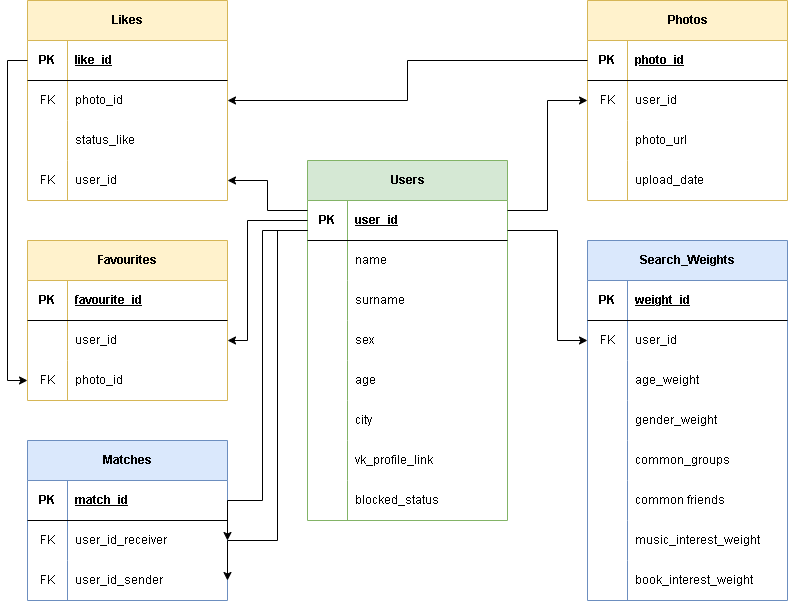
Above: DB/scheme_db.png in backsty/acquaintances_vkbot (draw.io), before the change. Source tidied: cells renumbered, new cells last; positions are measured from the earlier drawing's top-left corner, leaving out a move shared by most shapes.
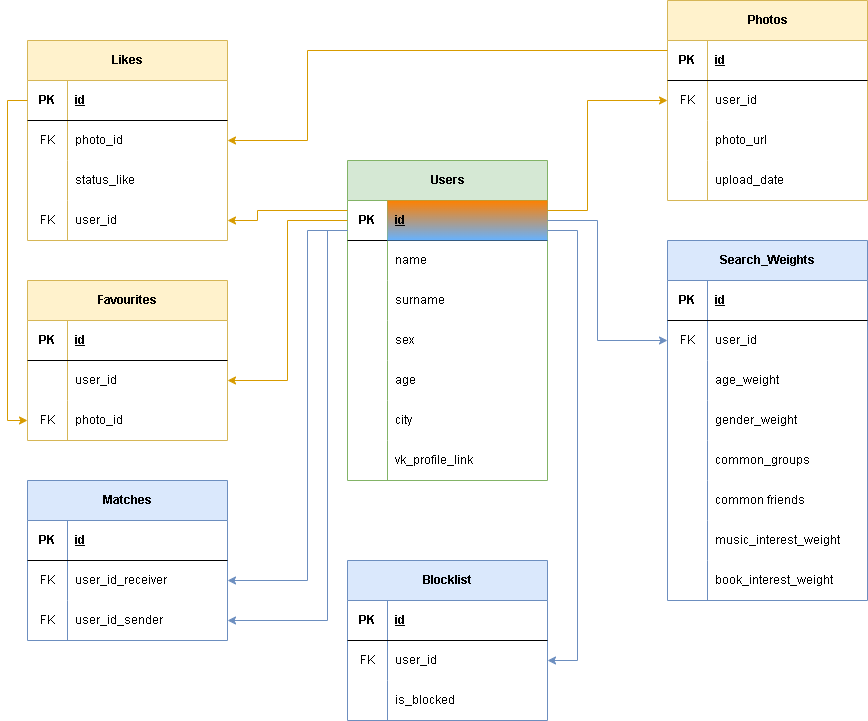
The same diagram one commit later.

Change to the diagram source:
```diff
@@ -3,7 +3,7 @@
     <mxCell id="0" />
     <mxCell id="1" parent="0" />
     <mxCell id="2" value="Users" style="shape=table;startSize=40;rowLines=0;fontStyle=1;align=center;html=1;fillColor=#d5e8d4;strokeColor=#82b366;" parent="1" vertex="1">
-      <mxGeometry x="280" y="160" width="200" height="360" as="geometry" />
+      <mxGeometry x="280" y="120" width="200" height="320" as="geometry" />
     </mxCell>
     <mxCell id="3" style="shape=tableRow;horizontal=0;startSize=0;swimlaneHead=0;swimlaneBody=0;fillColor=none;points=[[0,0.5],[1,0.5]];portConstraint=eastwest;top=0;left=0;right=0;bottom=1;" parent="2" vertex="1">
       <mxGeometry y="40" width="200" height="40" as="geometry" />
@@ -11,7 +11,7 @@
     <mxCell id="4" value="PK" style="shape=partialRectangle;fillColor=none;top=0;left=0;bottom=0;right=0;fontStyle=1;overflow=hidden;whiteSpace=wrap;html=1;" parent="3" vertex="1">
       <mxGeometry width="40" height="40" as="geometry" />
     </mxCell>
-    <mxCell id="5" value="user_id" style="shape=partialRectangle;fillColor=none;top=0;left=0;bottom=0;right=0;align=left;spacingLeft=6;fontStyle=5;overflow=hidden;whiteSpace=wrap;html=1;" parent="3" vertex="1">
+    <mxCell id="5" value="id" style="shape=partialRectangle;fillColor=#66B2FF;top=0;left=0;bottom=0;right=0;align=left;spacingLeft=6;fontStyle=5;overflow=hidden;whiteSpace=wrap;html=1;gradientColor=#FF8000;gradientDirection=north;" parent="3" vertex="1">
       <mxGeometry x="40" width="160" height="40" as="geometry" />
     </mxCell>
     <mxCell id="6" style="shape=tableRow;horizontal=0;startSize=0;swimlaneHead=0;swimlaneBody=0;fillColor=none;top=0;left=0;right=0;bottom=0;" parent="2" vertex="1">
@@ -68,17 +68,8 @@
     <mxCell id="23" value="vk_profile_link" style="shape=partialRectangle;fillColor=none;top=0;left=0;bottom=0;right=0;align=left;spacingLeft=6;overflow=hidden;whiteSpace=wrap;html=1;" parent="21" vertex="1">
       <mxGeometry x="40" width="160" height="40" as="geometry" />
     </mxCell>
-    <mxCell id="24" style="shape=tableRow;horizontal=0;startSize=0;swimlaneHead=0;swimlaneBody=0;fillColor=none;top=0;left=0;right=0;bottom=0;" parent="2" vertex="1">
-      <mxGeometry y="320" width="200" height="40" as="geometry" />
-    </mxCell>
-    <mxCell id="25" style="shape=partialRectangle;fillColor=none;top=0;left=0;bottom=0;right=0;overflow=hidden;whiteSpace=wrap;html=1;" parent="24" vertex="1">
-      <mxGeometry width="40" height="40" as="geometry" />
-    </mxCell>
-    <mxCell id="26" value="blocked_status" style="shape=partialRectangle;fillColor=none;top=0;left=0;bottom=0;right=0;align=left;spacingLeft=6;overflow=hidden;whiteSpace=wrap;html=1;" parent="24" vertex="1">
-      <mxGeometry x="40" width="160" height="40" as="geometry" />
-    </mxCell>
     <mxCell id="27" value="Favourites" style="shape=table;startSize=40;rowLines=0;fontStyle=1;align=center;html=1;fillColor=#fff2cc;strokeColor=#d6b656;" parent="1" vertex="1">
-      <mxGeometry y="240" width="200" height="160" as="geometry" />
+      <mxGeometry x="-40" y="240" width="200" height="160" as="geometry" />
     </mxCell>
     <mxCell id="28" style="shape=tableRow;horizontal=0;startSize=0;swimlaneHead=0;swimlaneBody=0;fillColor=none;top=0;left=0;right=0;bottom=1;" parent="27" vertex="1">
       <mxGeometry y="40" width="200" height="40" as="geometry" />
@@ -86,7 +77,7 @@
     <mxCell id="29" value="PK" style="shape=partialRectangle;fillColor=none;top=0;left=0;bottom=0;right=0;fontStyle=1;overflow=hidden;whiteSpace=wrap;html=1;" parent="28" vertex="1">
       <mxGeometry width="40" height="40" as="geometry" />
     </mxCell>
-    <mxCell id="30" value="favourite_id" style="shape=partialRectangle;fillColor=none;top=0;left=0;bottom=0;right=0;align=left;spacingLeft=6;fontStyle=5;overflow=hidden;whiteSpace=wrap;html=1;" parent="28" vertex="1">
+    <mxCell id="30" value="id" style="shape=partialRectangle;fillColor=none;top=0;left=0;bottom=0;right=0;align=left;spacingLeft=6;fontStyle=5;overflow=hidden;whiteSpace=wrap;html=1;" parent="28" vertex="1">
       <mxGeometry x="40" width="160" height="40" as="geometry" />
     </mxCell>
     <mxCell id="31" style="shape=tableRow;horizontal=0;startSize=0;swimlaneHead=0;swimlaneBody=0;fillColor=none;points=[[0,0.5],[1,0.5]];portConstraint=eastwest;top=0;left=0;right=0;bottom=0;" parent="27" vertex="1">
@@ -108,7 +99,7 @@
       <mxGeometry x="40" width="160" height="40" as="geometry" />
     </mxCell>
     <mxCell id="37" value="Likes" style="shape=table;startSize=40;rowLines=0;fontStyle=1;align=center;html=1;fillColor=#fff2cc;strokeColor=#d6b656;" parent="1" vertex="1">
-      <mxGeometry width="200" height="200" as="geometry" />
+      <mxGeometry x="-40" width="200" height="200" as="geometry" />
     </mxCell>
     <mxCell id="38" style="shape=tableRow;horizontal=0;startSize=0;swimlaneHead=0;swimlaneBody=0;fillColor=none;points=[[0,0.5],[1,0.5]];portConstraint=eastwest;top=0;left=0;right=0;bottom=1;" parent="37" vertex="1">
       <mxGeometry y="40" width="200" height="40" as="geometry" />
@@ -116,7 +107,7 @@
     <mxCell id="39" value="PK" style="shape=partialRectangle;fillColor=none;top=0;left=0;bottom=0;right=0;fontStyle=1;overflow=hidden;whiteSpace=wrap;html=1;" parent="38" vertex="1">
       <mxGeometry width="40" height="40" as="geometry" />
     </mxCell>
-    <mxCell id="40" value="like_id" style="shape=partialRectangle;fillColor=none;top=0;left=0;bottom=0;right=0;align=left;spacingLeft=6;fontStyle=5;overflow=hidden;whiteSpace=wrap;html=1;" parent="38" vertex="1">
+    <mxCell id="40" value="id" style="shape=partialRectangle;fillColor=none;top=0;left=0;bottom=0;right=0;align=left;spacingLeft=6;fontStyle=5;overflow=hidden;whiteSpace=wrap;html=1;" parent="38" vertex="1">
       <mxGeometry x="40" width="160" height="40" as="geometry" />
     </mxCell>
     <mxCell id="41" style="shape=tableRow;horizontal=0;startSize=0;swimlaneHead=0;swimlaneBody=0;fillColor=none;top=0;left=0;right=0;bottom=0;" parent="37" vertex="1">
@@ -147,7 +138,7 @@
       <mxGeometry x="40" width="160" height="40" as="geometry" />
     </mxCell>
     <mxCell id="50" value="Photos" style="shape=table;startSize=40;rowLines=0;fontStyle=1;align=center;html=1;fillColor=#fff2cc;strokeColor=#d6b656;" parent="1" vertex="1">
-      <mxGeometry x="560" width="200" height="200" as="geometry" />
+      <mxGeometry x="600" y="-40" width="200" height="200" as="geometry" />
     </mxCell>
     <mxCell id="51" style="shape=tableRow;horizontal=0;startSize=0;swimlaneHead=0;swimlaneBody=0;fillColor=none;points=[[0,0.5],[1,0.5]];portConstraint=eastwest;top=0;left=0;right=0;bottom=1;" parent="50" vertex="1">
       <mxGeometry y="40" width="200" height="40" as="geometry" />
@@ -155,7 +146,7 @@
     <mxCell id="52" value="PK" style="shape=partialRectangle;fillColor=none;top=0;left=0;bottom=0;right=0;fontStyle=1;overflow=hidden;whiteSpace=wrap;html=1;" parent="51" vertex="1">
       <mxGeometry width="40" height="40" as="geometry" />
     </mxCell>
-    <mxCell id="53" value="photo_id" style="shape=partialRectangle;fillColor=none;top=0;left=0;bottom=0;right=0;align=left;spacingLeft=6;fontStyle=5;overflow=hidden;whiteSpace=wrap;html=1;" parent="51" vertex="1">
+    <mxCell id="53" value="id" style="shape=partialRectangle;fillColor=none;top=0;left=0;bottom=0;right=0;align=left;spacingLeft=6;fontStyle=5;overflow=hidden;whiteSpace=wrap;html=1;" parent="51" vertex="1">
       <mxGeometry x="40" width="160" height="40" as="geometry" />
     </mxCell>
     <mxCell id="54" style="shape=tableRow;horizontal=0;startSize=0;swimlaneHead=0;swimlaneBody=0;fillColor=none;points=[[0,0.5],[1,0.5]];portConstraint=eastwest;top=0;left=0;right=0;bottom=0;" parent="50" vertex="1">
@@ -186,7 +177,7 @@
       <mxGeometry x="40" width="160" height="40" as="geometry" />
     </mxCell>
     <mxCell id="63" value="Search_Weights" style="shape=table;startSize=40;rowLines=0;fontStyle=1;align=center;html=1;fillColor=#dae8fc;strokeColor=#6c8ebf;" parent="1" vertex="1">
-      <mxGeometry x="560" y="240" width="200" height="360" as="geometry" />
+      <mxGeometry x="600" y="200" width="200" height="360" as="geometry" />
     </mxCell>
     <mxCell id="64" style="shape=tableRow;horizontal=0;startSize=0;swimlaneHead=0;swimlaneBody=0;fillColor=none;top=0;left=0;right=0;bottom=1;" parent="63" vertex="1">
       <mxGeometry y="40" width="200" height="40" as="geometry" />
@@ -194,7 +185,7 @@
     <mxCell id="65" value="PK" style="shape=partialRectangle;fillColor=none;top=0;left=0;bottom=0;right=0;fontStyle=1;overflow=hidden;whiteSpace=wrap;html=1;" parent="64" vertex="1">
       <mxGeometry width="40" height="40" as="geometry" />
     </mxCell>
-    <mxCell id="66" value="weight_id" style="shape=partialRectangle;fillColor=none;top=0;left=0;bottom=0;right=0;align=left;spacingLeft=6;fontStyle=5;overflow=hidden;whiteSpace=wrap;html=1;" parent="64" vertex="1">
+    <mxCell id="66" value="id" style="shape=partialRectangle;fillColor=none;top=0;left=0;bottom=0;right=0;align=left;spacingLeft=6;fontStyle=5;overflow=hidden;whiteSpace=wrap;html=1;" parent="64" vertex="1">
       <mxGeometry x="40" width="160" height="40" as="geometry" />
     </mxCell>
     <mxCell id="67" style="shape=tableRow;horizontal=0;startSize=0;swimlaneHead=0;swimlaneBody=0;fillColor=none;points=[[0,0.5],[1,0.5]];portConstraint=eastwest;top=0;left=0;right=0;bottom=0;" parent="63" vertex="1">
@@ -261,7 +252,7 @@
       <mxGeometry x="40" width="160" height="40" as="geometry" />
     </mxCell>
     <mxCell id="88" value="Matches" style="shape=table;startSize=40;rowLines=0;fontStyle=1;align=center;html=1;fillColor=#dae8fc;strokeColor=#6c8ebf;" parent="1" vertex="1">
-      <mxGeometry y="440" width="200" height="160" as="geometry" />
+      <mxGeometry x="-40" y="440" width="200" height="160" as="geometry" />
     </mxCell>
     <mxCell id="89" style="shape=tableRow;horizontal=0;startSize=0;swimlaneHead=0;swimlaneBody=0;fillColor=none;top=0;left=0;right=0;bottom=1;" parent="88" vertex="1">
       <mxGeometry y="40" width="200" height="40" as="geometry" />
@@ -269,7 +260,7 @@
     <mxCell id="90" value="PK" style="shape=partialRectangle;fillColor=none;top=0;left=0;bottom=0;right=0;fontStyle=1;overflow=hidden;whiteSpace=wrap;html=1;" parent="89" vertex="1">
       <mxGeometry width="40" height="40" as="geometry" />
     </mxCell>
-    <mxCell id="91" value="match_id" style="shape=partialRectangle;fillColor=none;top=0;left=0;bottom=0;right=0;align=left;spacingLeft=6;fontStyle=5;overflow=hidden;whiteSpace=wrap;html=1;" parent="89" vertex="1">
+    <mxCell id="91" value="id" style="shape=partialRectangle;fillColor=none;top=0;left=0;bottom=0;right=0;align=left;spacingLeft=6;fontStyle=5;overflow=hidden;whiteSpace=wrap;html=1;" parent="89" vertex="1">
       <mxGeometry x="40" width="160" height="40" as="geometry" />
     </mxCell>
     <mxCell id="92" style="shape=tableRow;horizontal=0;startSize=0;swimlaneHead=0;swimlaneBody=0;fillColor=none;points=[[0,0.5],[1,0.5]];portConstraint=eastwest;top=0;left=0;right=0;bottom=0;" parent="88" vertex="1">
@@ -290,59 +281,102 @@
     <mxCell id="97" value="user_id_sender" style="shape=partialRectangle;fillColor=none;top=0;left=0;bottom=0;right=0;align=left;spacingLeft=6;overflow=hidden;whiteSpace=wrap;html=1;" parent="95" vertex="1">
       <mxGeometry x="40" width="160" height="40" as="geometry" />
     </mxCell>
-    <mxCell id="98" style="edgeStyle=orthogonalEdgeStyle;rounded=0;jettySize=auto;html=1;entryX=1;entryY=0.5;entryDx=0;entryDy=0;" parent="1" edge="1" source="3" target="31">
+    <mxCell id="98" style="edgeStyle=orthogonalEdgeStyle;rounded=0;jettySize=auto;html=1;entryX=1;entryY=0.5;entryDx=0;entryDy=0;fillColor=#ffe6cc;strokeColor=#d79b00;" parent="1" edge="1" source="3" target="31">
       <mxGeometry relative="1" as="geometry">
         <Array as="points">
-          <mxPoint x="220" y="220" />
+          <mxPoint x="220" y="180" />
           <mxPoint x="220" y="340" />
         </Array>
       </mxGeometry>
     </mxCell>
-    <mxCell id="99" style="edgeStyle=orthogonalEdgeStyle;rounded=0;jettySize=auto;html=1;entryX=1;entryY=0.5;entryDx=0;entryDy=0;" parent="1" edge="1" source="3" target="92">
+    <mxCell id="99" style="edgeStyle=orthogonalEdgeStyle;rounded=0;jettySize=auto;html=1;entryX=1;entryY=0.5;entryDx=0;entryDy=0;fillColor=#dae8fc;strokeColor=#6c8ebf;" parent="1" edge="1" source="3" target="92">
       <mxGeometry relative="1" as="geometry">
         <Array as="points">
-          <mxPoint x="235" y="230" />
-          <mxPoint x="235" y="500" />
+          <mxPoint x="240" y="190" />
+          <mxPoint x="240" y="540" />
         </Array>
       </mxGeometry>
     </mxCell>
-    <mxCell id="100" style="edgeStyle=orthogonalEdgeStyle;rounded=0;jettySize=auto;html=1;entryX=1;entryY=0.5;entryDx=0;entryDy=0;" parent="1" edge="1" source="3" target="95">
+    <mxCell id="100" style="edgeStyle=orthogonalEdgeStyle;rounded=0;jettySize=auto;html=1;entryX=1;entryY=0.5;entryDx=0;entryDy=0;fillColor=#dae8fc;strokeColor=#6c8ebf;" parent="1" edge="1" source="3" target="95">
       <mxGeometry relative="1" as="geometry">
         <Array as="points">
-          <mxPoint x="250" y="230" />
-          <mxPoint x="250" y="540" />
+          <mxPoint x="260" y="190" />
+          <mxPoint x="260" y="580" />
         </Array>
       </mxGeometry>
     </mxCell>
-    <mxCell id="101" style="edgeStyle=orthogonalEdgeStyle;rounded=0;jettySize=auto;html=1;entryX=0;entryY=0.5;entryDx=0;entryDy=0;" parent="1" edge="1" source="3" target="54">
+    <mxCell id="101" style="edgeStyle=orthogonalEdgeStyle;rounded=0;jettySize=auto;html=1;entryX=0;entryY=0.5;entryDx=0;entryDy=0;fillColor=#ffe6cc;strokeColor=#d79b00;" parent="1" edge="1" source="3" target="54">
       <mxGeometry relative="1" as="geometry">
         <Array as="points">
-          <mxPoint x="520" y="210" />
-          <mxPoint x="520" y="100" />
+          <mxPoint x="520" y="170" />
+          <mxPoint x="520" y="60" />
         </Array>
       </mxGeometry>
     </mxCell>
-    <mxCell id="102" style="edgeStyle=orthogonalEdgeStyle;rounded=0;jettySize=auto;html=1;" parent="1" edge="1" source="3" target="67">
+    <mxCell id="102" style="edgeStyle=orthogonalEdgeStyle;rounded=0;jettySize=auto;html=1;fillColor=#dae8fc;strokeColor=#6c8ebf;" parent="1" edge="1" source="3" target="67">
       <mxGeometry relative="1" as="geometry">
         <Array as="points">
-          <mxPoint x="530" y="230" />
-          <mxPoint x="530" y="340" />
+          <mxPoint x="530" y="180" />
+          <mxPoint x="530" y="300" />
         </Array>
       </mxGeometry>
     </mxCell>
-    <mxCell id="103" style="edgeStyle=orthogonalEdgeStyle;rounded=0;jettySize=auto;html=1;entryX=1;entryY=0.5;entryDx=0;entryDy=0;" parent="1" edge="1" source="3" target="47">
+    <mxCell id="103" style="edgeStyle=orthogonalEdgeStyle;rounded=0;jettySize=auto;html=1;entryX=1;entryY=0.5;entryDx=0;entryDy=0;fillColor=#ffe6cc;strokeColor=#d79b00;" parent="1" edge="1" source="3" target="47">
       <mxGeometry relative="1" as="geometry">
         <Array as="points">
-          <mxPoint x="240" y="210" />
-          <mxPoint x="240" y="180" />
+          <mxPoint x="190" y="170" />
+          <mxPoint x="190" y="180" />
         </Array>
       </mxGeometry>
     </mxCell>
-    <mxCell id="104" style="edgeStyle=orthogonalEdgeStyle;rounded=0;jettySize=auto;html=1;entryX=1;entryY=0.5;entryDx=0;entryDy=0;" parent="1" edge="1" source="51" target="37">
-      <mxGeometry relative="1" as="geometry" />
+    <mxCell id="104" style="edgeStyle=orthogonalEdgeStyle;rounded=0;jettySize=auto;html=1;entryX=1;entryY=0.5;entryDx=0;entryDy=0;fillColor=#ffe6cc;strokeColor=#d79b00;" parent="1" edge="1" source="51" target="37">
+      <mxGeometry relative="1" as="geometry">
+        <Array as="points">
+          <mxPoint x="240" y="10" />
+          <mxPoint x="240" y="100" />
+        </Array>
+      </mxGeometry>
     </mxCell>
-    <mxCell id="105" style="edgeStyle=orthogonalEdgeStyle;rounded=0;jettySize=auto;html=1;entryX=0;entryY=0.5;entryDx=0;entryDy=0;" parent="1" edge="1" source="38" target="34">
+    <mxCell id="105" style="edgeStyle=orthogonalEdgeStyle;rounded=0;jettySize=auto;html=1;entryX=0;entryY=0.5;entryDx=0;entryDy=0;fillColor=#ffe6cc;strokeColor=#d79b00;" parent="1" edge="1" source="38" target="34">
       <mxGeometry relative="1" as="geometry" />
     </mxCell>
+    <mxCell id="106" value="Blocklist" style="shape=table;startSize=40;rowLines=0;fontStyle=1;align=center;html=1;fillColor=#dae8fc;strokeColor=#6c8ebf;" parent="1" vertex="1">
+      <mxGeometry x="280" y="520" width="200" height="160" as="geometry" />
+    </mxCell>
+    <mxCell id="107" style="shape=tableRow;horizontal=0;startSize=0;swimlaneHead=0;swimlaneBody=0;fillColor=none;top=0;left=0;right=0;bottom=1;" parent="106" vertex="1">
+      <mxGeometry y="40" width="200" height="40" as="geometry" />
+    </mxCell>
+    <mxCell id="108" value="PK" style="shape=partialRectangle;fillColor=none;top=0;left=0;bottom=0;right=0;fontStyle=1;overflow=hidden;whiteSpace=wrap;html=1;" parent="107" vertex="1">
+      <mxGeometry width="40" height="40" as="geometry" />
+    </mxCell>
+    <mxCell id="109" value="id" style="shape=partialRectangle;fillColor=none;top=0;left=0;bottom=0;right=0;align=left;spacingLeft=6;fontStyle=5;overflow=hidden;whiteSpace=wrap;html=1;" parent="107" vertex="1">
+      <mxGeometry x="40" width="160" height="40" as="geometry" />
+    </mxCell>
+    <mxCell id="110" style="shape=tableRow;horizontal=0;startSize=0;swimlaneHead=0;swimlaneBody=0;fillColor=none;points=[[0,0.5],[1,0.5]];portConstraint=eastwest;top=0;left=0;right=0;bottom=0;" parent="106" vertex="1">
+      <mxGeometry y="80" width="200" height="40" as="geometry" />
+    </mxCell>
+    <mxCell id="111" value="FK" style="shape=partialRectangle;fillColor=none;top=0;left=0;bottom=0;right=0;overflow=hidden;whiteSpace=wrap;html=1;" parent="110" vertex="1">
+      <mxGeometry width="40" height="40" as="geometry" />
+    </mxCell>
+    <mxCell id="112" value="user_id" style="shape=partialRectangle;fillColor=none;top=0;left=0;bottom=0;right=0;align=left;spacingLeft=6;overflow=hidden;whiteSpace=wrap;html=1;" parent="110" vertex="1">
+      <mxGeometry x="40" width="160" height="40" as="geometry" />
+    </mxCell>
+    <mxCell id="113" style="shape=tableRow;horizontal=0;startSize=0;swimlaneHead=0;swimlaneBody=0;fillColor=none;top=0;left=0;right=0;bottom=0;" parent="106" vertex="1">
+      <mxGeometry y="120" width="200" height="40" as="geometry" />
+    </mxCell>
+    <mxCell id="25" style="shape=partialRectangle;fillColor=none;top=0;left=0;bottom=0;right=0;overflow=hidden;whiteSpace=wrap;html=1;" parent="113" vertex="1">
+      <mxGeometry width="40" height="40" as="geometry" />
+    </mxCell>
+    <mxCell id="114" value="is_blocked" style="shape=partialRectangle;fillColor=none;top=0;left=0;bottom=0;right=0;align=left;spacingLeft=6;overflow=hidden;whiteSpace=wrap;html=1;" parent="113" vertex="1">
+      <mxGeometry x="40" width="160" height="40" as="geometry" />
+    </mxCell>
+    <mxCell id="115" style="edgeStyle=orthogonalEdgeStyle;rounded=0;jettySize=auto;html=1;entryX=1;entryY=0.5;entryDx=0;entryDy=0;fillColor=#dae8fc;strokeColor=#6c8ebf;" parent="1" edge="1" source="3" target="110">
+      <mxGeometry relative="1" as="geometry">
+        <Array as="points">
+          <mxPoint x="510" y="190" />
+          <mxPoint x="510" y="620" />
+        </Array>
+      </mxGeometry>
+    </mxCell>
   </root>
 </mxGraphModel>
```
